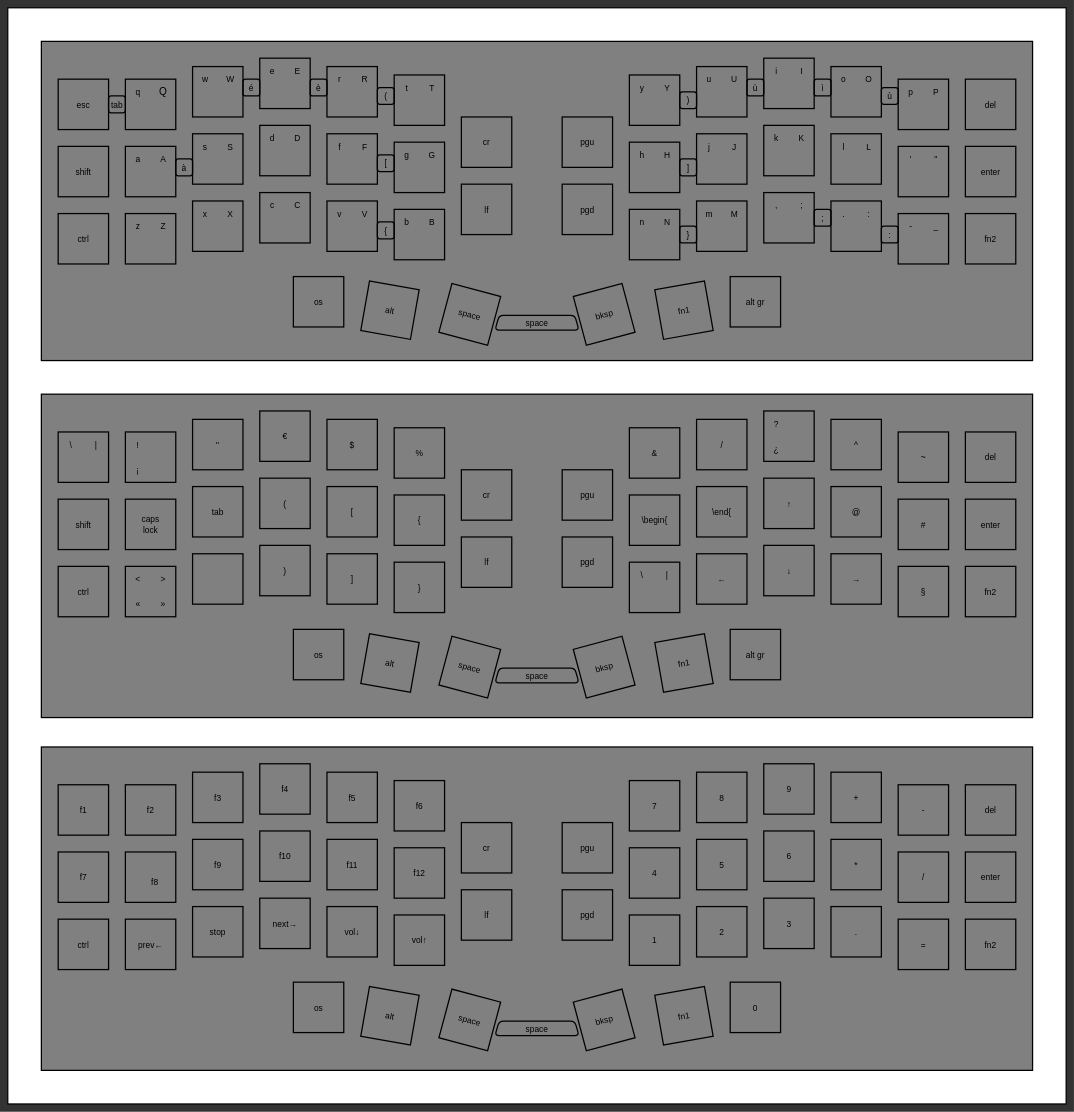
Before: layout.dio in dellarosciagiorgio/crkbd, a draw.io diagram. Source tidied: cells renumbered, new cells numbered last; positions are measured from the earlier drawing's top-left corner, leaving out a move shared by most shapes. Both pictures are drawn from the tidied source at 42%, with x=0, y=0 at pixel (8, 8).
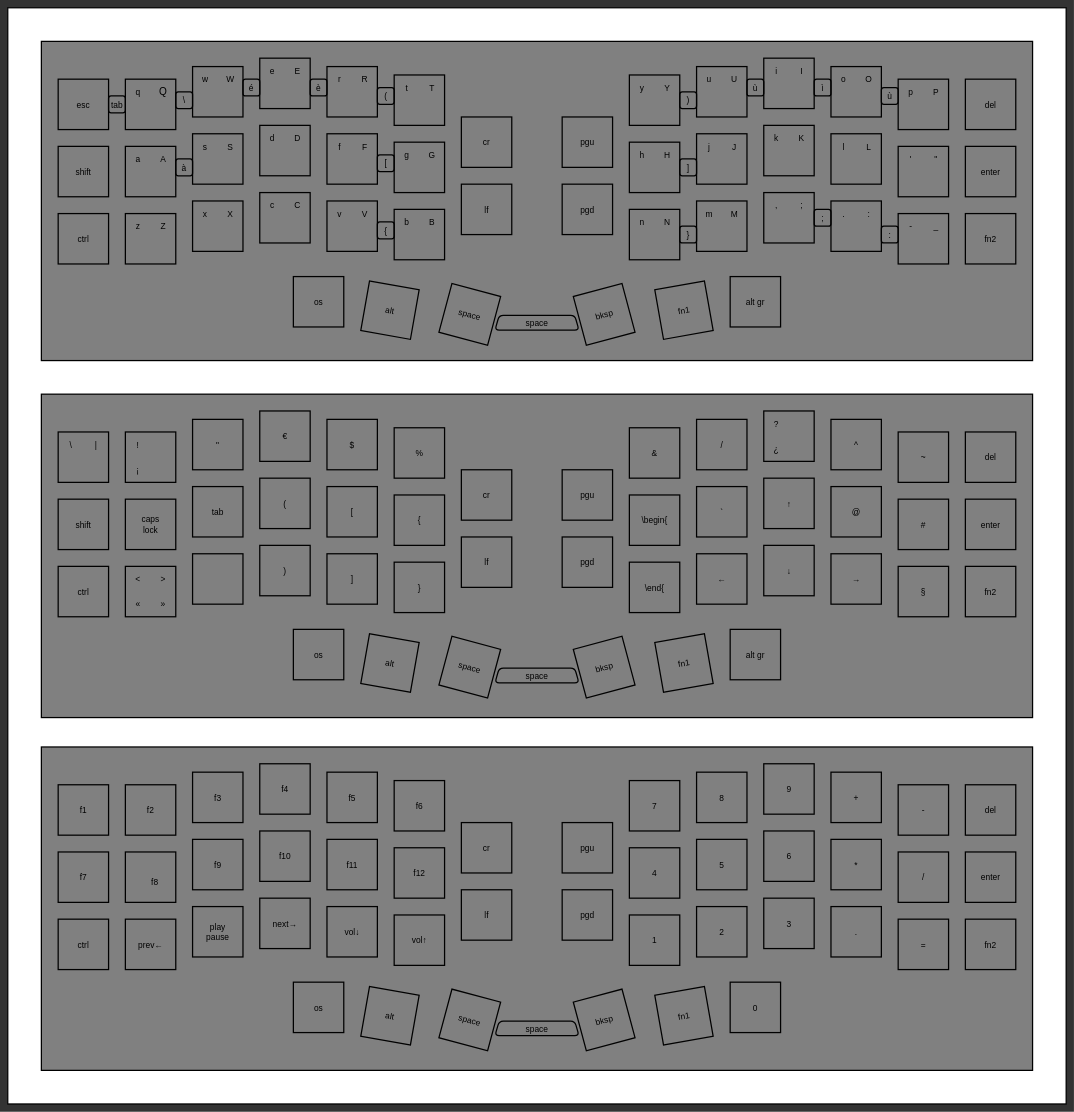
Above is the later version.

What changed in the source:
```diff
@@
-    <mxCell id="276" value="&lt;font style=&quot;font-size: 20px; color: rgb(0, 0, 0);&quot;&gt;stop&lt;/font&gt;" style="text;html=1;strokeColor=none;fillColor=none;align=center;verticalAlign=middle;whiteSpace=wrap;rounded=0;strokeWidth=1;fontFamily=Cascadia Code;fontColor=default;" parent="1" vertex="1">
+    <mxCell id="276" value="&lt;font style=&quot;font-size: 20px; color: rgb(0, 0, 0);&quot;&gt;play&lt;br&gt;pause&lt;/font&gt;" style="text;html=1;strokeColor=none;fillColor=none;align=center;verticalAlign=middle;whiteSpace=wrap;rounded=0;strokeWidth=1;fontFamily=Cascadia Code;fontColor=default;" parent="1" vertex="1">
       <mxGeometry x="470" y="2170" width="60" height="60" as="geometry" />
     </mxCell>
@@
     <mxCell id="342" value="&lt;font style=&quot;font-size: 20px; color: rgb(0, 0, 0);&quot;&gt;\end{&lt;/font&gt;" style="text;html=1;strokeColor=none;fillColor=none;align=center;verticalAlign=middle;whiteSpace=wrap;rounded=0;strokeWidth=1;fontFamily=Cascadia Code;fontColor=default;" parent="1" vertex="1">
-      <mxGeometry x="1670" y="1170" width="60" height="60" as="geometry" />
+      <mxGeometry x="1510" y="1350" width="60" height="60" as="geometry" />
     </mxCell>
@@
-    <mxCell id="351" value="&lt;font style=&quot;font-size: 20px; color: rgb(0, 0, 0);&quot;&gt;\&lt;/font&gt;" style="text;html=1;strokeColor=none;fillColor=none;align=center;verticalAlign=middle;whiteSpace=wrap;rounded=0;strokeWidth=1;fontFamily=Cascadia Code;fontColor=default;" parent="1" vertex="1">
-      <mxGeometry x="1480" y="1320" width="60" height="60" as="geometry" />
-    </mxCell>
-    <mxCell id="352" value="&lt;font style=&quot;font-size: 20px; color: rgb(0, 0, 0);&quot;&gt;|&lt;/font&gt;" style="text;html=1;strokeColor=none;fillColor=none;align=center;verticalAlign=middle;whiteSpace=wrap;rounded=0;strokeWidth=1;fontFamily=Cascadia Code;fontColor=default;" parent="1" vertex="1">
-      <mxGeometry x="1540" y="1320" width="60" height="60" as="geometry" />
-    </mxCell>
@@
+    <mxCell id="351" value="&lt;font style=&quot;font-size: 20px; color: rgb(0, 0, 0);&quot;&gt;\&lt;/font&gt;" style="text;html=1;strokeColor=none;fillColor=none;align=center;verticalAlign=middle;whiteSpace=wrap;rounded=0;strokeWidth=1;fontFamily=Cascadia Code;fontColor=default;" parent="1" vertex="1">
+      <mxGeometry x="410" y="210" width="20" height="20" as="geometry" />
+    </mxCell>
+    <mxCell id="355" style="rounded=1;whiteSpace=wrap;html=1;strokeColor=#000000;strokeWidth=3;fillColor=none;fontColor=default;" parent="1" vertex="1">
+      <mxGeometry x="400" y="200" width="40" height="40" as="geometry" />
+    </mxCell>
+    <mxCell id="356" value="&lt;span style=&quot;font-size: 20px;&quot;&gt;`&lt;/span&gt;" style="text;html=1;strokeColor=none;fillColor=none;align=center;verticalAlign=middle;whiteSpace=wrap;rounded=0;strokeWidth=1;fontFamily=Cascadia Code;fontColor=default;" parent="1" vertex="1">
+      <mxGeometry x="1670" y="1170" width="60" height="60" as="geometry" />
+    </mxCell>
```
